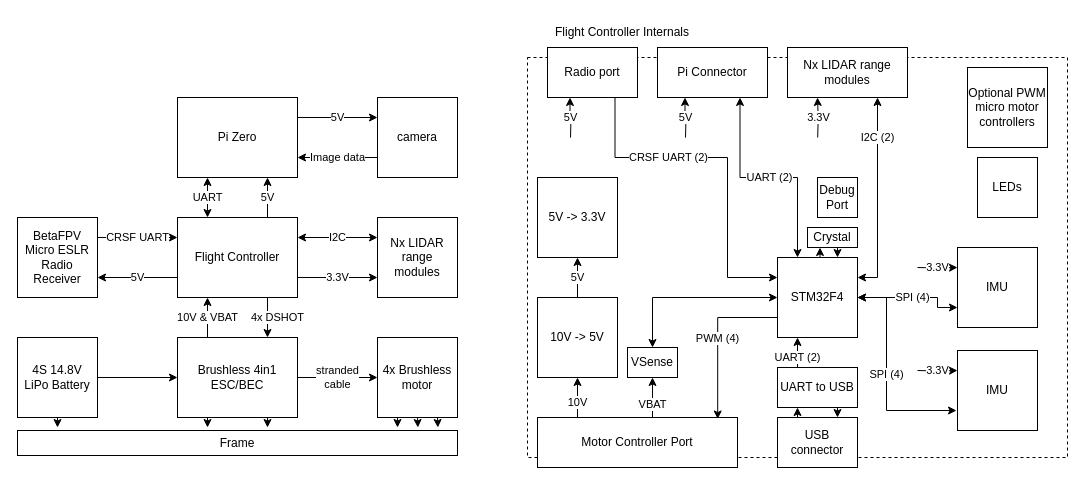
Above: docs/proposal documents/SystemBlockDiagram.drawio in michaellangford99/ECE47700 (draw.io), before the change. Source tidied: cells renumbered, new cells numbered last; positions are measured from the earlier drawing's top-left corner, leaving out a move shared by most shapes. Both pictures are drawn from the tidied source at 100%, with x=0, y=0 at pixel (17, 17).
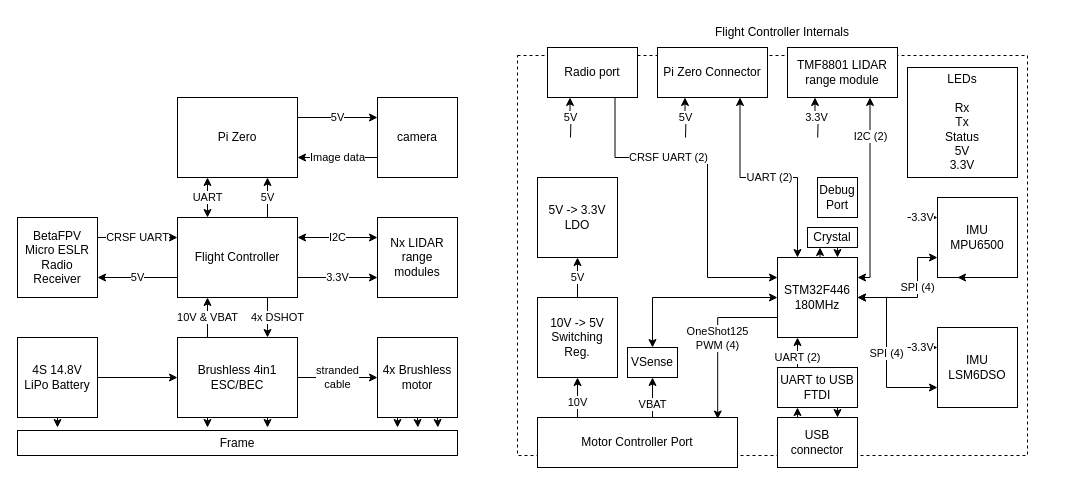
Above is the later version.

Unchanged cells that the change refers to:
```xml
<mxCell id="44" value="Motor Controller Port" style="rounded=0;whiteSpace=wrap;html=1;fillColor=default;" parent="1" vertex="1">
  <mxGeometry x="520" y="400" width="200" height="50" as="geometry" />
</mxCell>
<mxCell id="51" value="Radio port" style="rounded=0;whiteSpace=wrap;html=1;fillColor=default;" parent="1" vertex="1">
  <mxGeometry x="530" y="30" width="90" height="50" as="geometry" />
</mxCell>
```

Change to the diagram source:
```diff
@@
     <mxCell id="29" style="rounded=0;whiteSpace=wrap;html=1;fillColor=none;dashed=1;" parent="1" vertex="1">
-      <mxGeometry x="510" y="40" width="540" height="400" as="geometry" />
+      <mxGeometry x="500" y="38" width="510" height="400" as="geometry" />
     </mxCell>
     <mxCell id="30" value="Flight Controller Internals" style="text;html=1;strokeColor=none;fillColor=none;align=center;verticalAlign=middle;whiteSpace=wrap;rounded=0;" parent="1" vertex="1">
-      <mxGeometry x="520" width="170" height="30" as="geometry" />
+      <mxGeometry x="680" width="170" height="30" as="geometry" />
     </mxCell>
@@
-    <mxCell id="32" value="STM32F4" style="whiteSpace=wrap;html=1;" parent="1" vertex="1">
+    <mxCell id="32" value="STM32F446&lt;br&gt;180MHz" style="whiteSpace=wrap;html=1;" parent="1" vertex="1">
       <mxGeometry x="760" y="240" width="80" height="80" as="geometry" />
     </mxCell>
@@
-    <mxCell id="38" value="UART to USB" style="rounded=0;whiteSpace=wrap;html=1;fillColor=default;" parent="1" vertex="1">
+    <mxCell id="38" value="UART to USB&lt;br&gt;FTDI" style="rounded=0;whiteSpace=wrap;html=1;fillColor=default;" parent="1" vertex="1">
       <mxGeometry x="760" y="350" width="80" height="40" as="geometry" />
     </mxCell>
@@
-    <mxCell id="41" value="PWM (4)" style="edgeStyle=orthogonalEdgeStyle;rounded=0;jettySize=auto;html=1;exitX=0;exitY=0.75;exitDx=0;exitDy=0;entryX=0.901;entryY=0.03;entryDx=0;entryDy=0;entryPerimeter=0;" parent="1" edge="1" source="32" target="44">
+    <mxCell id="41" value="OneShot125&lt;br&gt;PWM (4)" style="edgeStyle=orthogonalEdgeStyle;rounded=0;jettySize=auto;html=1;exitX=0;exitY=0.75;exitDx=0;exitDy=0;entryX=0.901;entryY=0.03;entryDx=0;entryDy=0;entryPerimeter=0;" parent="1" edge="1" source="32" target="44">
       <mxGeometry relative="1" as="geometry">
         <Array as="points">
           <mxPoint x="700" y="300" />
         </Array>
       </mxGeometry>
     </mxCell>
@@
-    <mxCell id="46" value="10V -&amp;gt; 5V" style="whiteSpace=wrap;html=1;fillColor=default;" parent="1" vertex="1">
+    <mxCell id="46" value="10V -&amp;gt; 5V&lt;br&gt;Switching Reg." style="whiteSpace=wrap;html=1;fillColor=default;" parent="1" vertex="1">
       <mxGeometry x="520" y="280" width="80" height="80" as="geometry" />
     </mxCell>
@@
-    <mxCell id="49" value="5V -&amp;gt; 3.3V" style="whiteSpace=wrap;html=1;fillColor=default;" parent="1" vertex="1">
+    <mxCell id="49" value="5V -&amp;gt; 3.3V&lt;br&gt;LDO" style="whiteSpace=wrap;html=1;fillColor=default;" parent="1" vertex="1">
       <mxGeometry x="520" y="160" width="80" height="80" as="geometry" />
     </mxCell>
     <mxCell id="50" value="CRSF UART (2)" style="edgeStyle=orthogonalEdgeStyle;rounded=0;jettySize=auto;html=1;exitX=0.75;exitY=1;exitDx=0;exitDy=0;entryX=0;entryY=0.25;entryDx=0;entryDy=0;" parent="1" edge="1" source="51" target="32">
       <mxGeometry x="-0.34" relative="1" as="geometry">
         <Array as="points">
           <mxPoint x="598" y="140" />
-          <mxPoint x="710" y="140" />
-          <mxPoint x="710" y="260" />
+          <mxPoint x="690" y="140" />
+          <mxPoint x="690" y="260" />
         </Array>
       </mxGeometry>
     </mxCell>
@@
-    <mxCell id="54" value="Pi Connector" style="rounded=0;whiteSpace=wrap;html=1;fillColor=default;" parent="1" vertex="1">
+    <mxCell id="54" value="Pi Zero Connector" style="rounded=0;whiteSpace=wrap;html=1;fillColor=default;" parent="1" vertex="1">
       <mxGeometry x="640" y="30" width="110" height="50" as="geometry" />
     </mxCell>
     <mxCell id="55" value="3.3V" style="edgeStyle=orthogonalEdgeStyle;rounded=0;jettySize=auto;html=1;startArrow=none;startFill=0;entryX=0;entryY=0.25;entryDx=0;entryDy=0;" parent="1" edge="1" target="57">
       <mxGeometry relative="1" as="geometry">
-        <mxPoint x="900" y="353" as="sourcePoint" />
+        <mxPoint x="890" y="330" as="sourcePoint" />
+        <Array as="points">
+          <mxPoint x="900" y="330" />
+        </Array>
       </mxGeometry>
     </mxCell>
-    <mxCell id="56" value="SPI (4)" style="edgeStyle=orthogonalEdgeStyle;rounded=0;jettySize=auto;html=1;exitX=0;exitY=0.75;exitDx=0;exitDy=0;startArrow=classic;startFill=1;entryX=1;entryY=0.5;entryDx=0;entryDy=0;" parent="1" edge="1" target="32">
+    <mxCell id="56" value="SPI (4)" style="edgeStyle=orthogonalEdgeStyle;rounded=0;jettySize=auto;html=1;exitX=0;exitY=0.75;exitDx=0;exitDy=0;startArrow=classic;startFill=1;entryX=1;entryY=0.5;entryDx=0;entryDy=0;" parent="1" edge="1" source="57" target="32">
       <mxGeometry relative="1" as="geometry">
-        <mxPoint x="939" y="393" as="sourcePoint" />
         <Array as="points">
-          <mxPoint x="869" y="393" />
+          <mxPoint x="869" y="370" />
           <mxPoint x="869" y="280" />
         </Array>
       </mxGeometry>
     </mxCell>
-    <mxCell id="57" value="IMU" style="whiteSpace=wrap;html=1;fillColor=default;" parent="1" vertex="1">
-      <mxGeometry x="940" y="333" width="80" height="80" as="geometry" />
+    <mxCell id="57" value="IMU&lt;br&gt;LSM6DSO" style="whiteSpace=wrap;html=1;fillColor=default;" parent="1" vertex="1">
+      <mxGeometry x="920" y="310" width="80" height="80" as="geometry" />
     </mxCell>
     <mxCell id="58" value="I2C (2)" style="edgeStyle=orthogonalEdgeStyle;rounded=0;jettySize=auto;html=1;exitX=0.75;exitY=1;exitDx=0;exitDy=0;entryX=1;entryY=0.25;entryDx=0;entryDy=0;startArrow=classic;startFill=1;" parent="1" edge="1" source="60" target="32">
-      <mxGeometry x="-0.6" relative="1" as="geometry" />
+      <mxGeometry x="-0.6" relative="1" as="geometry">
+        <Array as="points">
+          <mxPoint x="853" y="260" />
+        </Array>
+      </mxGeometry>
     </mxCell>
@@
-    <mxCell id="60" value="Nx LIDAR range modules" style="rounded=0;whiteSpace=wrap;html=1;fillColor=default;" parent="1" vertex="1">
-      <mxGeometry x="770" y="30" width="120" height="50" as="geometry" />
+    <mxCell id="60" value="TMF8801 LIDAR range module" style="rounded=0;whiteSpace=wrap;html=1;fillColor=default;" parent="1" vertex="1">
+      <mxGeometry x="770" y="30" width="110" height="50" as="geometry" />
     </mxCell>
@@
-    <mxCell id="62" value="Optional PWM micro motor controllers" style="whiteSpace=wrap;html=1;fillColor=default;" parent="1" vertex="1">
-      <mxGeometry x="950" y="50" width="80" height="80" as="geometry" />
-    </mxCell>
-    <mxCell id="63" value="LEDs" style="whiteSpace=wrap;html=1;fillColor=default;" parent="1" vertex="1">
-      <mxGeometry x="960" y="140" width="60" height="60" as="geometry" />
+    <mxCell id="63" value="LEDs&lt;br&gt;&lt;br&gt;Rx&lt;br&gt;Tx&lt;br&gt;Status&lt;br&gt;5V&lt;br&gt;3.3V" style="whiteSpace=wrap;html=1;fillColor=default;" parent="1" vertex="1">
+      <mxGeometry x="890" y="50" width="110" height="110" as="geometry" />
     </mxCell>
-    <mxCell id="64" value="IMU" style="whiteSpace=wrap;html=1;fillColor=default;" parent="1" vertex="1">
-      <mxGeometry x="940" y="230" width="80" height="80" as="geometry" />
+    <mxCell id="64" value="IMU&lt;br&gt;MPU6500" style="whiteSpace=wrap;html=1;fillColor=default;" parent="1" vertex="1">
+      <mxGeometry x="920" y="180" width="80" height="80" as="geometry" />
     </mxCell>
     <mxCell id="65" value="SPI (4)" style="edgeStyle=orthogonalEdgeStyle;rounded=0;jettySize=auto;html=1;exitX=0;exitY=0.75;exitDx=0;exitDy=0;startArrow=classic;startFill=1;entryX=1;entryY=0.5;entryDx=0;entryDy=0;" parent="1" edge="1" source="64" target="32">
-      <mxGeometry relative="1" as="geometry">
+      <mxGeometry x="-0.17" relative="1" as="geometry">
         <Array as="points">
-          <mxPoint x="920" y="290" />
-          <mxPoint x="920" y="280" />
+          <mxPoint x="900" y="240" />
+          <mxPoint x="900" y="280" />
         </Array>
       </mxGeometry>
     </mxCell>
     <mxCell id="66" value="3.3V" style="edgeStyle=orthogonalEdgeStyle;rounded=0;jettySize=auto;html=1;startArrow=none;startFill=0;entryX=0;entryY=0.25;entryDx=0;entryDy=0;" parent="1" edge="1" target="64">
       <mxGeometry relative="1" as="geometry">
-        <mxPoint x="900" y="250" as="sourcePoint" />
+        <mxPoint x="890" y="200" as="sourcePoint" />
+        <Array as="points">
+          <mxPoint x="900" y="200" />
+        </Array>
       </mxGeometry>
     </mxCell>
+    <mxCell id="67" style="edgeStyle=orthogonalEdgeStyle;rounded=0;orthogonalLoop=1;jettySize=auto;html=1;exitX=0.5;exitY=1;exitDx=0;exitDy=0;entryX=0.25;entryY=1;entryDx=0;entryDy=0;" parent="1" edge="1" source="64" target="64">
+      <mxGeometry relative="1" as="geometry" />
+    </mxCell>
```
